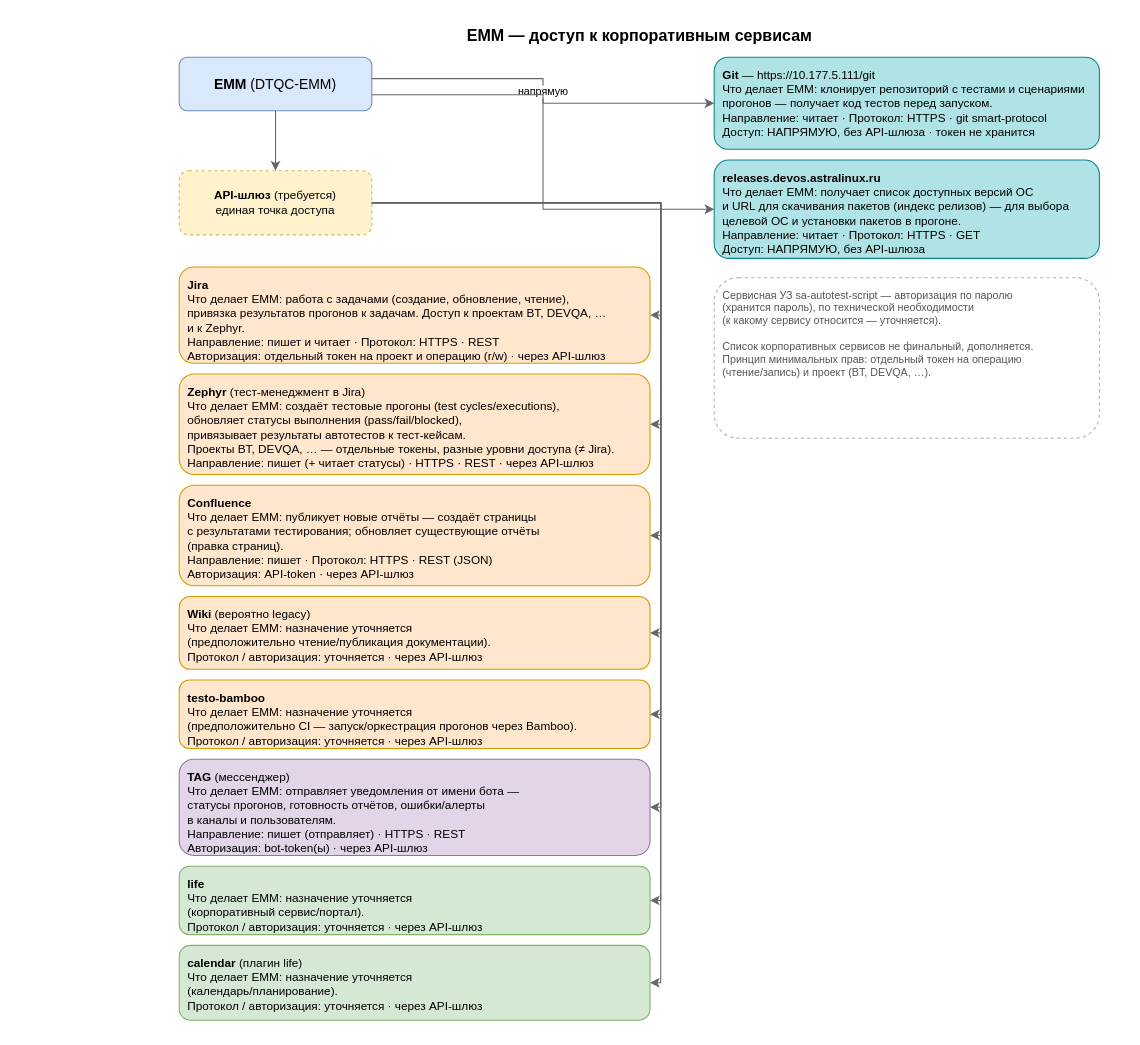
N2OCaKeS/stress_test keeps this draw.io diagram as dbos_server_service/diagrams/external-integrations.drawio. Above is the earlier version. Source tidied: cells renumbered, new cells numbered last; positions are measured from the earlier drawing's top-left corner, leaving out a move shared by most shapes. Both pictures are drawn from the tidied source at 107%, with x=0, y=0 at pixel (157, 18).
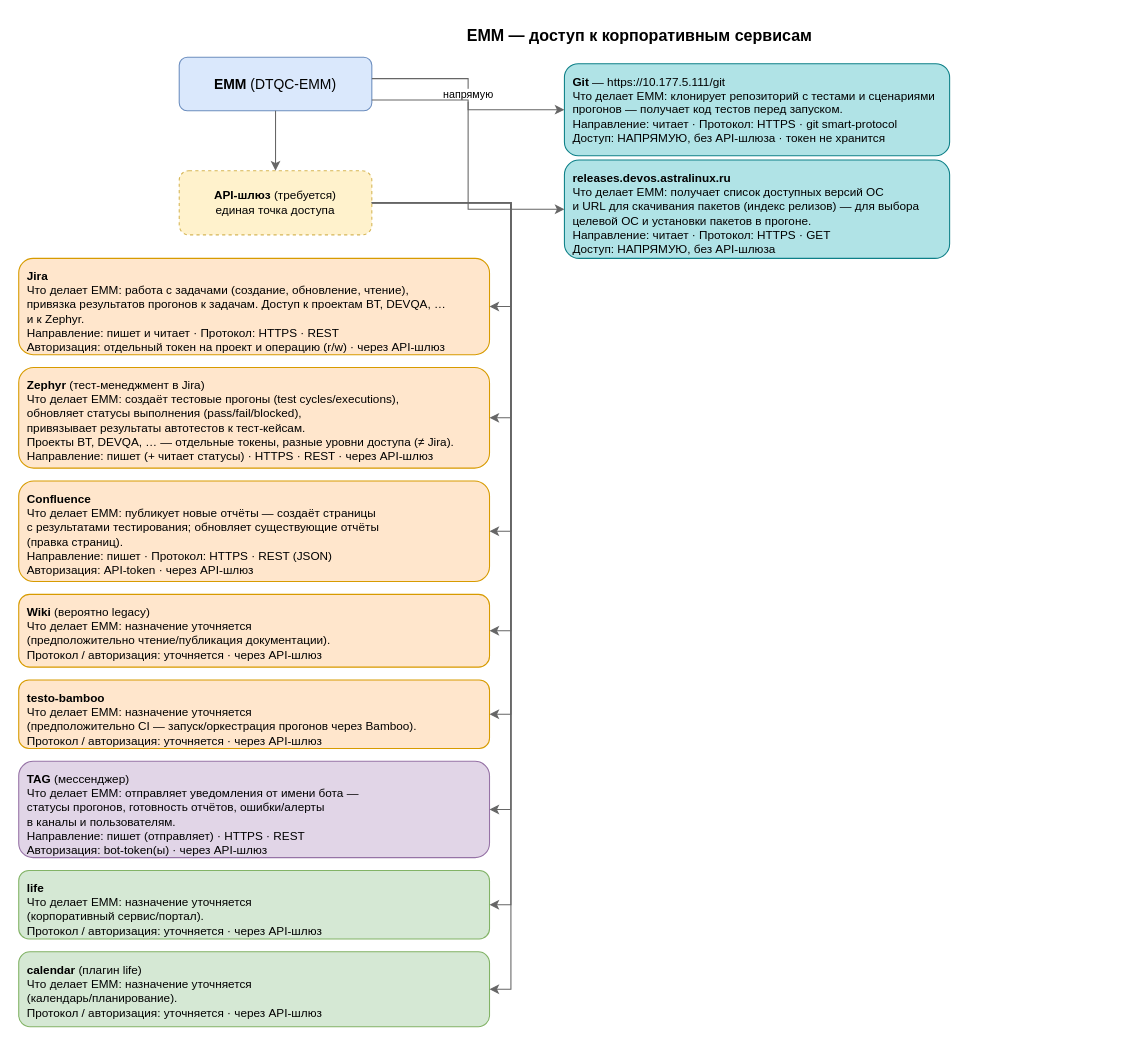
Above is the later version.

Commit message:
equalize vertical spacing and fix arrows

The change refers to these unchanged cells:
```xml
<mxCell id="3" value="&lt;b&gt;EMM&lt;/b&gt; (DTQC-EMM)" style="rounded=1;whiteSpace=wrap;html=1;fillColor=#dae8fc;strokeColor=#6c8ebf;fontSize=13;" parent="1" vertex="1">
  <mxGeometry x="20" y="36" width="180" height="50" as="geometry" />
</mxCell>
<mxCell id="4" value="&lt;b&gt;API-шлюз&lt;/b&gt; (требуется)&lt;br&gt;единая точка доступа" style="rounded=1;whiteSpace=wrap;html=1;fillColor=#fff2cc;strokeColor=#d6b656;dashed=1;fontSize=11;" parent="1" vertex="1">
  <mxGeometry x="20" y="142" width="180" height="60" as="geometry" />
</mxCell>
```

Diff of the diagram source:
```diff
@@
     <mxCell id="5" value="&lt;b&gt;Git&lt;/b&gt; — https://10.177.5.111/git&lt;br&gt;Что делает EMM: клонирует репозиторий с тестами и сценариями&lt;br&gt;прогонов — получает код тестов перед запуском.&lt;br&gt;Направление: читает · Протокол: HTTPS · git smart-protocol&lt;br&gt;Доступ: НАПРЯМУЮ, без API-шлюза · токен не хранится" style="rounded=1;whiteSpace=wrap;html=1;fillColor=#b0e3e6;strokeColor=#0e8088;align=left;verticalAlign=top;spacingLeft=6;spacingTop=4;fontSize=11;" parent="1" vertex="1">
-      <mxGeometry x="520" y="36" width="360" height="86" as="geometry" />
+      <mxGeometry x="380" y="42" width="360" height="86" as="geometry" />
     </mxCell>
     <mxCell id="6" value="&lt;b&gt;releases.devos.astralinux.ru&lt;/b&gt;&lt;br&gt;Что делает EMM: получает список доступных версий ОС&lt;br&gt;и URL для скачивания пакетов (индекс релизов) — для выбора&lt;br&gt;целевой ОС и установки пакетов в прогоне.&lt;br&gt;Направление: читает · Протокол: HTTPS · GET&lt;br&gt;Доступ: НАПРЯМУЮ, без API-шлюза" style="rounded=1;whiteSpace=wrap;html=1;fillColor=#b0e3e6;strokeColor=#0e8088;align=left;verticalAlign=top;spacingLeft=6;spacingTop=4;fontSize=11;" parent="1" vertex="1">
-      <mxGeometry x="520" y="132" width="360" height="92" as="geometry" />
+      <mxGeometry x="380" y="132" width="360" height="92" as="geometry" />
     </mxCell>
-    <mxCell id="7" value="Сервисная УЗ sa-autotest-script — авторизация по паролю&lt;br&gt;(хранится пароль), по технической необходимости&lt;br&gt;(к какому сервису относится — уточняется).&lt;br&gt;&lt;br&gt;Список корпоративных сервисов не финальный, дополняется.&lt;br&gt;Принцип минимальных прав: отдельный токен на операцию&lt;br&gt;(чтение/запись) и проект (BT, DEVQA, …)." style="rounded=1;whiteSpace=wrap;html=1;fillColor=none;strokeColor=#b0b0b0;dashed=1;align=left;verticalAlign=top;spacingLeft=6;spacingTop=4;fontSize=10;fontColor=#555555;" parent="1" vertex="1">
-      <mxGeometry x="520" y="242" width="360" height="150" as="geometry" />
-    </mxCell>
     <mxCell id="8" value="&lt;b&gt;Jira&lt;/b&gt;&lt;br&gt;Что делает EMM: работа с задачами (создание, обновление, чтение),&lt;br&gt;привязка результатов прогонов к задачам. Доступ к проектам BT, DEVQA, …&lt;br&gt;и к Zephyr.&lt;br&gt;Направление: пишет и читает · Протокол: HTTPS · REST&lt;br&gt;Авторизация: отдельный токен на проект и операцию (r/w) · через API-шлюз" style="rounded=1;whiteSpace=wrap;html=1;fillColor=#ffe6cc;strokeColor=#d79b00;align=left;verticalAlign=top;spacingLeft=6;spacingTop=4;fontSize=11;" parent="1" vertex="1">
-      <mxGeometry x="20" y="232" width="440" height="90" as="geometry" />
+      <mxGeometry x="-130" y="224" width="440" height="90" as="geometry" />
     </mxCell>
     <mxCell id="9" value="&lt;b&gt;Zephyr&lt;/b&gt; (тест-менеджмент в Jira)&lt;br&gt;Что делает EMM: создаёт тестовые прогоны (test cycles/executions),&lt;br&gt;обновляет статусы выполнения (pass/fail/blocked),&lt;br&gt;привязывает результаты автотестов к тест-кейсам.&lt;br&gt;Проекты BT, DEVQA, … — отдельные токены, разные уровни доступа (≠ Jira).&lt;br&gt;Направление: пишет (+ читает статусы) · HTTPS · REST · через API-шлюз" style="rounded=1;whiteSpace=wrap;html=1;fillColor=#ffe6cc;strokeColor=#d79b00;align=left;verticalAlign=top;spacingLeft=6;spacingTop=4;fontSize=11;" parent="1" vertex="1">
-      <mxGeometry x="20" y="332" width="440" height="94" as="geometry" />
+      <mxGeometry x="-130" y="326" width="440" height="94" as="geometry" />
     </mxCell>
     <mxCell id="10" value="&lt;b&gt;Confluence&lt;/b&gt;&lt;br&gt;Что делает EMM: публикует новые отчёты — создаёт страницы&lt;br&gt;с результатами тестирования; обновляет существующие отчёты&lt;br&gt;(правка страниц).&lt;br&gt;Направление: пишет · Протокол: HTTPS · REST (JSON)&lt;br&gt;Авторизация: API-token · через API-шлюз" style="rounded=1;whiteSpace=wrap;html=1;fillColor=#ffe6cc;strokeColor=#d79b00;align=left;verticalAlign=top;spacingLeft=6;spacingTop=4;fontSize=11;" parent="1" vertex="1">
-      <mxGeometry x="20" y="436" width="440" height="94" as="geometry" />
+      <mxGeometry x="-130" y="432" width="440" height="94" as="geometry" />
     </mxCell>
     <mxCell id="11" value="&lt;b&gt;Wiki&lt;/b&gt; (вероятно legacy)&lt;br&gt;Что делает EMM: назначение уточняется&lt;br&gt;(предположительно чтение/публикация документации).&lt;br&gt;Протокол / авторизация: уточняется · через API-шлюз" style="rounded=1;whiteSpace=wrap;html=1;fillColor=#ffe6cc;strokeColor=#d79b00;align=left;verticalAlign=top;spacingLeft=6;spacingTop=4;fontSize=11;" parent="1" vertex="1">
-      <mxGeometry x="20" y="540" width="440" height="68" as="geometry" />
+      <mxGeometry x="-130" y="538" width="440" height="68" as="geometry" />
     </mxCell>
     <mxCell id="12" value="&lt;b&gt;testo-bamboo&lt;/b&gt;&lt;br&gt;Что делает EMM: назначение уточняется&lt;br&gt;(предположительно CI — запуск/оркестрация прогонов через Bamboo).&lt;br&gt;Протокол / авторизация: уточняется · через API-шлюз" style="rounded=1;whiteSpace=wrap;html=1;fillColor=#ffe6cc;strokeColor=#d79b00;align=left;verticalAlign=top;spacingLeft=6;spacingTop=4;fontSize=11;" parent="1" vertex="1">
-      <mxGeometry x="20" y="618" width="440" height="64" as="geometry" />
+      <mxGeometry x="-130" y="618" width="440" height="64" as="geometry" />
     </mxCell>
     <mxCell id="13" value="&lt;b&gt;TAG&lt;/b&gt; (мессенджер)&lt;br&gt;Что делает EMM: отправляет уведомления от имени бота —&lt;br&gt;статусы прогонов, готовность отчётов, ошибки/алерты&lt;br&gt;в каналы и пользователям.&lt;br&gt;Направление: пишет (отправляет) · HTTPS · REST&lt;br&gt;Авторизация: bot-token(ы) · через API-шлюз" style="rounded=1;whiteSpace=wrap;html=1;fillColor=#e1d5e7;strokeColor=#9673a6;align=left;verticalAlign=top;spacingLeft=6;spacingTop=4;fontSize=11;" parent="1" vertex="1">
-      <mxGeometry x="20" y="692" width="440" height="90" as="geometry" />
+      <mxGeometry x="-130" y="694" width="440" height="90" as="geometry" />
     </mxCell>
     <mxCell id="14" value="&lt;b&gt;life&lt;/b&gt;&lt;br&gt;Что делает EMM: назначение уточняется&lt;br&gt;(корпоративный сервис/портал).&lt;br&gt;Протокол / авторизация: уточняется · через API-шлюз" style="rounded=1;whiteSpace=wrap;html=1;fillColor=#d5e8d4;strokeColor=#82b366;align=left;verticalAlign=top;spacingLeft=6;spacingTop=4;fontSize=11;" parent="1" vertex="1">
-      <mxGeometry x="20" y="792" width="440" height="64" as="geometry" />
+      <mxGeometry x="-130" y="796" width="440" height="64" as="geometry" />
     </mxCell>
     <mxCell id="15" value="&lt;b&gt;calendar&lt;/b&gt; (плагин life)&lt;br&gt;Что делает EMM: назначение уточняется&lt;br&gt;(календарь/планирование).&lt;br&gt;Протокол / авторизация: уточняется · через API-шлюз" style="rounded=1;whiteSpace=wrap;html=1;fillColor=#d5e8d4;strokeColor=#82b366;align=left;verticalAlign=top;spacingLeft=6;spacingTop=4;fontSize=11;" parent="1" vertex="1">
-      <mxGeometry x="20" y="866" width="440" height="70" as="geometry" />
+      <mxGeometry x="-130" y="872" width="440" height="70" as="geometry" />
     </mxCell>
@@
-    <mxCell id="18" style="edgeStyle=orthogonalEdgeStyle;rounded=0;html=1;exitX=1;exitY=0.7;exitDx=0;exitDy=0;entryX=0;entryY=0.5;entryDx=0;entryDy=0;strokeColor=#666666;" parent="1" edge="1" source="3" target="6">
+    <mxCell id="18" style="edgeStyle=orthogonalEdgeStyle;rounded=0;html=1;exitX=1;exitY=0.8;exitDx=0;exitDy=0;entryX=0;entryY=0.5;entryDx=0;entryDy=0;strokeColor=#666666;" parent="1" edge="1" source="3" target="6">
       <mxGeometry relative="1" as="geometry" />
     </mxCell>
     <mxCell id="19" style="edgeStyle=orthogonalEdgeStyle;rounded=0;html=1;exitX=1;exitY=0.5;exitDx=0;exitDy=0;entryX=1;entryY=0.5;entryDx=0;entryDy=0;strokeColor=#666666;" parent="1" edge="1" source="4" target="8">
-      <mxGeometry relative="1" as="geometry" />
+      <mxGeometry relative="1" as="geometry">
+        <Array as="points">
+          <mxPoint x="330" y="269" />
+        </Array>
+      </mxGeometry>
     </mxCell>
     <mxCell id="20" style="edgeStyle=orthogonalEdgeStyle;rounded=0;html=1;exitX=1;exitY=0.5;exitDx=0;exitDy=0;entryX=1;entryY=0.5;entryDx=0;entryDy=0;strokeColor=#666666;" parent="1" edge="1" source="4" target="9">
-      <mxGeometry relative="1" as="geometry" />
+      <mxGeometry relative="1" as="geometry">
+        <Array as="points">
+          <mxPoint x="330" y="373" />
+        </Array>
+      </mxGeometry>
     </mxCell>
     <mxCell id="21" style="edgeStyle=orthogonalEdgeStyle;rounded=0;html=1;exitX=1;exitY=0.5;exitDx=0;exitDy=0;entryX=1;entryY=0.5;entryDx=0;entryDy=0;strokeColor=#666666;" parent="1" edge="1" source="4" target="10">
-      <mxGeometry relative="1" as="geometry" />
+      <mxGeometry relative="1" as="geometry">
+        <Array as="points">
+          <mxPoint x="330" y="479" />
+        </Array>
+      </mxGeometry>
     </mxCell>
     <mxCell id="22" style="edgeStyle=orthogonalEdgeStyle;rounded=0;html=1;exitX=1;exitY=0.5;exitDx=0;exitDy=0;entryX=1;entryY=0.5;entryDx=0;entryDy=0;strokeColor=#666666;" parent="1" edge="1" source="4" target="11">
-      <mxGeometry relative="1" as="geometry" />
+      <mxGeometry relative="1" as="geometry">
+        <Array as="points">
+          <mxPoint x="330" y="572" />
+        </Array>
+      </mxGeometry>
     </mxCell>
     <mxCell id="23" style="edgeStyle=orthogonalEdgeStyle;rounded=0;html=1;exitX=1;exitY=0.5;exitDx=0;exitDy=0;entryX=1;entryY=0.5;entryDx=0;entryDy=0;strokeColor=#666666;" parent="1" edge="1" source="4" target="12">
-      <mxGeometry relative="1" as="geometry" />
+      <mxGeometry relative="1" as="geometry">
+        <Array as="points">
+          <mxPoint x="330" y="650" />
+        </Array>
+      </mxGeometry>
     </mxCell>
     <mxCell id="24" style="edgeStyle=orthogonalEdgeStyle;rounded=0;html=1;exitX=1;exitY=0.5;exitDx=0;exitDy=0;entryX=1;entryY=0.5;entryDx=0;entryDy=0;strokeColor=#666666;" parent="1" edge="1" source="4" target="13">
-      <mxGeometry relative="1" as="geometry" />
+      <mxGeometry relative="1" as="geometry">
+        <Array as="points">
+          <mxPoint x="330" y="739" />
+        </Array>
+      </mxGeometry>
     </mxCell>
     <mxCell id="25" style="edgeStyle=orthogonalEdgeStyle;rounded=0;html=1;exitX=1;exitY=0.5;exitDx=0;exitDy=0;entryX=1;entryY=0.5;entryDx=0;entryDy=0;strokeColor=#666666;" parent="1" edge="1" source="4" target="14">
-      <mxGeometry relative="1" as="geometry" />
+      <mxGeometry relative="1" as="geometry">
+        <Array as="points">
+          <mxPoint x="330" y="828" />
+        </Array>
+      </mxGeometry>
     </mxCell>
     <mxCell id="26" style="edgeStyle=orthogonalEdgeStyle;rounded=0;html=1;exitX=1;exitY=0.5;exitDx=0;exitDy=0;entryX=1;entryY=0.5;entryDx=0;entryDy=0;strokeColor=#666666;" parent="1" edge="1" source="4" target="15">
-      <mxGeometry relative="1" as="geometry" />
+      <mxGeometry relative="1" as="geometry">
+        <Array as="points">
+          <mxPoint x="330" y="907" />
+        </Array>
+      </mxGeometry>
     </mxCell>
```
